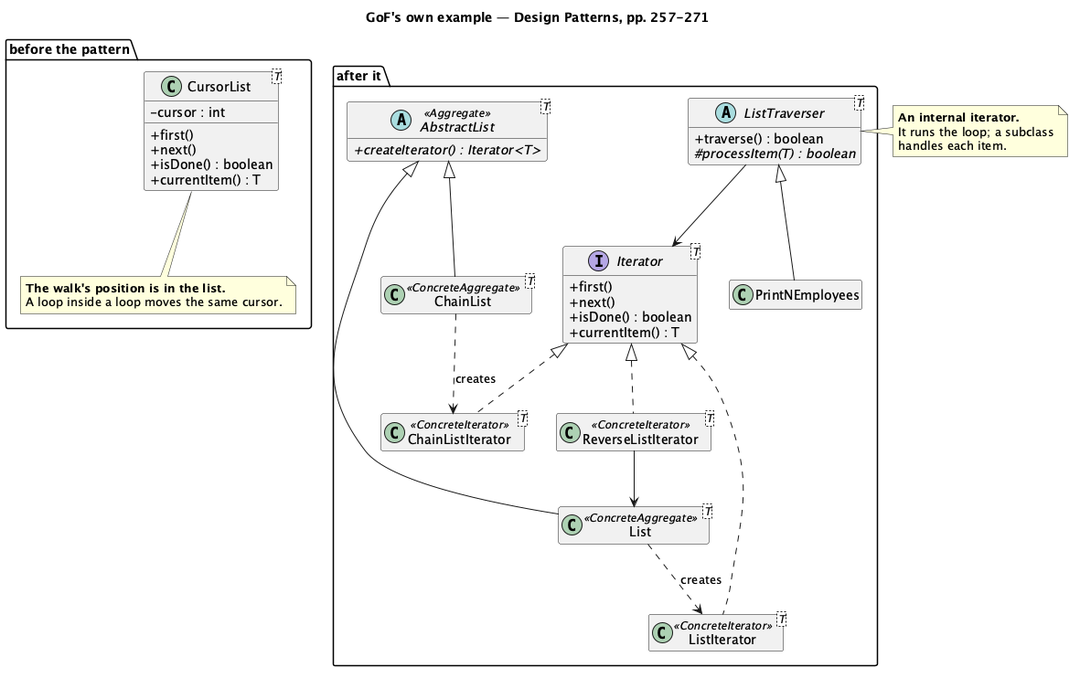
kaldiroglu/DesignPatternsWithJava keeps this PlantUML diagram as src/main/java/dev/kaldiroglu/dp/behavioral/iterator/gof/uml/Iterator - List (GoF) - Class Diagram.png. Above is the earlier version.
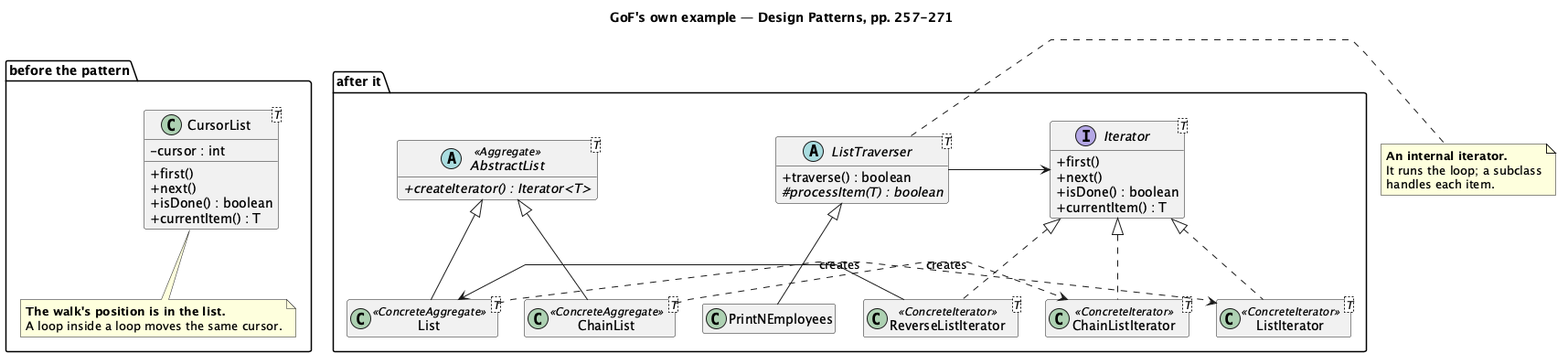
Above is the later version.

Change to the diagram source:
```diff
@@ -1,4 +1,13 @@
-@startuml "Iterator - List (GoF) - Class Diagram"
+@startuml
+skinparam class {
+  BackgroundColor<<spacer>> transparent
+  BorderColor<<spacer>> transparent
+  FontColor<<spacer>> transparent
+}
+hide <<spacer>> stereotype
+hide <<spacer>> circle
+skinparam linetype polyline
+skinparam nodesep 30
 skinparam classAttributeIconSize 0
 hide empty members
 title GoF's own example — Design Patterns, pp. 257-271
@@ -43,10 +52,6 @@
   Iterator <|.. LI
   Iterator <|.. RLI
   Iterator <|.. CLI
-  List ..> LI : creates
-  Chain ..> CLI : creates
-  RLI --> List
-  Traverser --> Iterator
   Traverser <|-- PrintNEmployees
 }
 
@@ -57,4 +62,12 @@
   It runs the loop; a subclass
   handles each item.
 end note
+  List .[norank].> LI : creates
+  Chain .[norank].> CLI : creates
+  RLI -[norank]-> List
+  Traverser -[norank]-> Iterator
+class " " as Spacer51 <<spacer>>
+Abstract -[hidden]- Spacer51
+List -[hidden]right- Spacer51
+Spacer51 -[hidden]right- Chain
 @enduml
```
